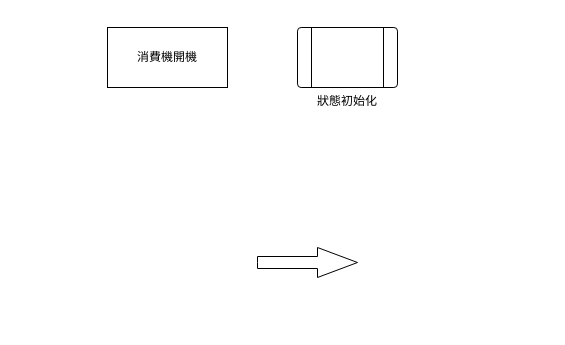
Before: 未命名绘图.drawio in boki-bu/EcardFlow, a draw.io diagram. Source tidied: cells renumbered, new cells numbered last; positions are measured from the earlier drawing's top-left corner, leaving out a move shared by most shapes. Both pictures are drawn from the tidied source at 100%, with x=0, y=0 at pixel (107, 27).
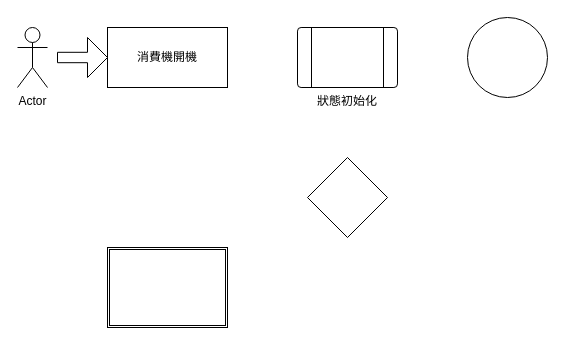
After the change.

Commit message:
更新未命名绘图.drawio

Change to the diagram source:
```diff
@@
 <mxGraphModel>
   <root>
     <mxCell id="0" />
     <mxCell id="1" parent="0" />
     <mxCell id="2" value="消費機開機" style="rounded=0;whiteSpace=wrap;html=1;" parent="1" vertex="1">
       <mxGeometry width="120" height="60" as="geometry" />
     </mxCell>
-    <mxCell id="3" style="html=1;shadow=0;dashed=0;align=center;verticalAlign=middle;shape=mxgraph.arrows2.arrow;dy=0.6;dx=40;notch=0;" parent="1" vertex="1">
-      <mxGeometry x="150" y="220" width="100" height="30" as="geometry" />
-    </mxCell>
     <mxCell id="4" value="狀態初始化" style="verticalLabelPosition=bottom;verticalAlign=top;html=1;shape=process;whiteSpace=wrap;rounded=1;size=0.14;arcSize=6;" parent="1" vertex="1">
       <mxGeometry x="190" width="100" height="60" as="geometry" />
     </mxCell>
+    <mxCell id="5" style="ellipse;whiteSpace=wrap;html=1;" parent="1" vertex="1">
+      <mxGeometry x="360" y="-10" width="80" height="80" as="geometry" />
+    </mxCell>
+    <mxCell id="6" value="Actor" style="shape=umlActor;verticalLabelPosition=bottom;verticalAlign=top;html=1;" parent="1" vertex="1">
+      <mxGeometry x="-90" width="30" height="60" as="geometry" />
+    </mxCell>
+    <mxCell id="7" style="rhombus;whiteSpace=wrap;html=1;" parent="1" vertex="1">
+      <mxGeometry x="200" y="130" width="80" height="80" as="geometry" />
+    </mxCell>
+    <mxCell id="8" style="shape=ext;double=1;rounded=0;whiteSpace=wrap;html=1;" parent="1" vertex="1">
+      <mxGeometry y="220" width="120" height="80" as="geometry" />
+    </mxCell>
+    <mxCell id="9" style="shape=singleArrow;whiteSpace=wrap;html=1;arrowWidth=0.26000213623046875;arrowSize=0.399998779296875;" parent="1" vertex="1">
+      <mxGeometry x="-50" y="10" width="50" height="40" as="geometry" />
+    </mxCell>
   </root>
 </mxGraphModel>
```
